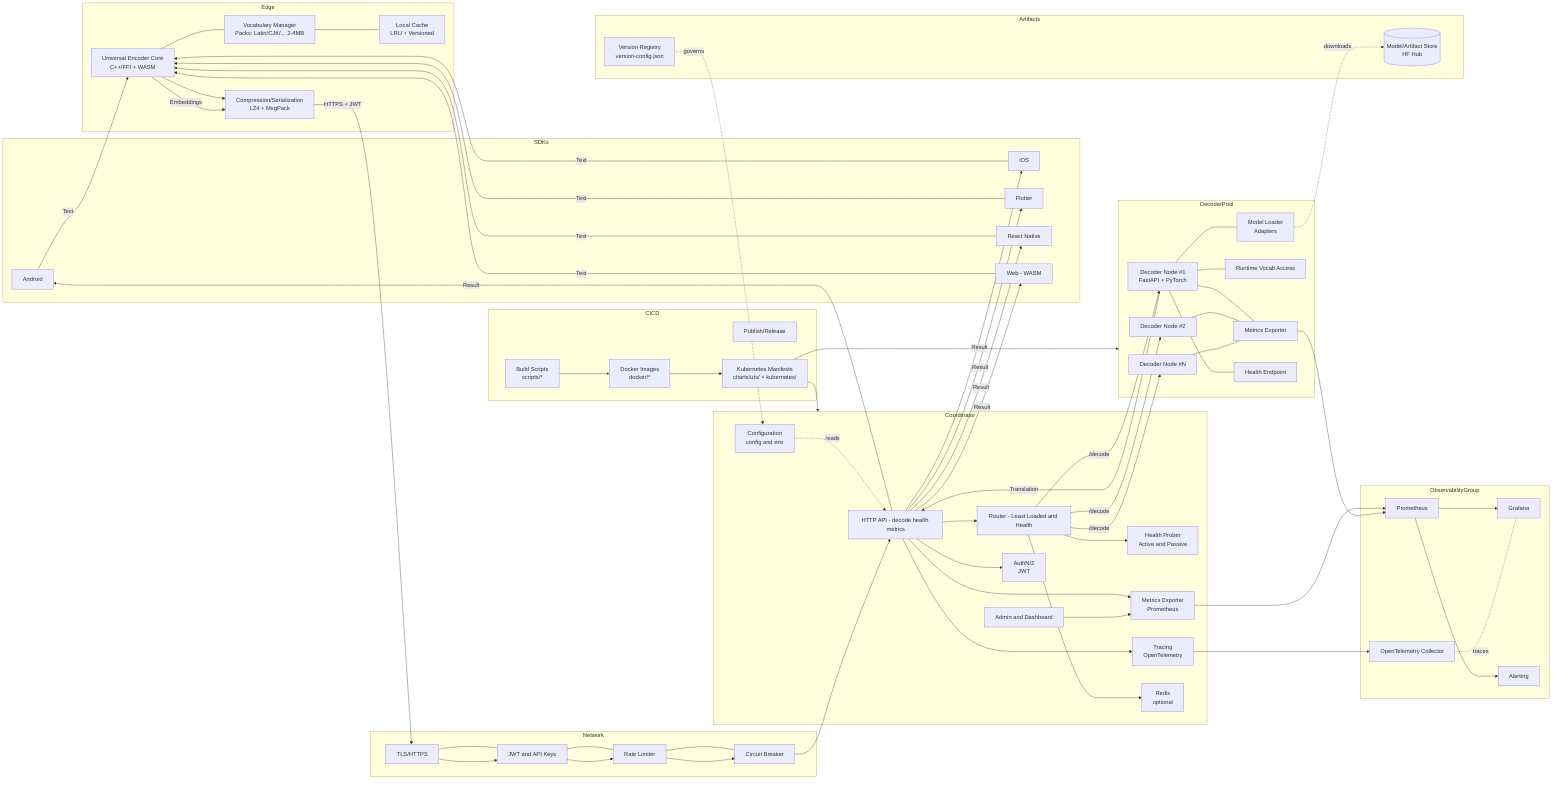
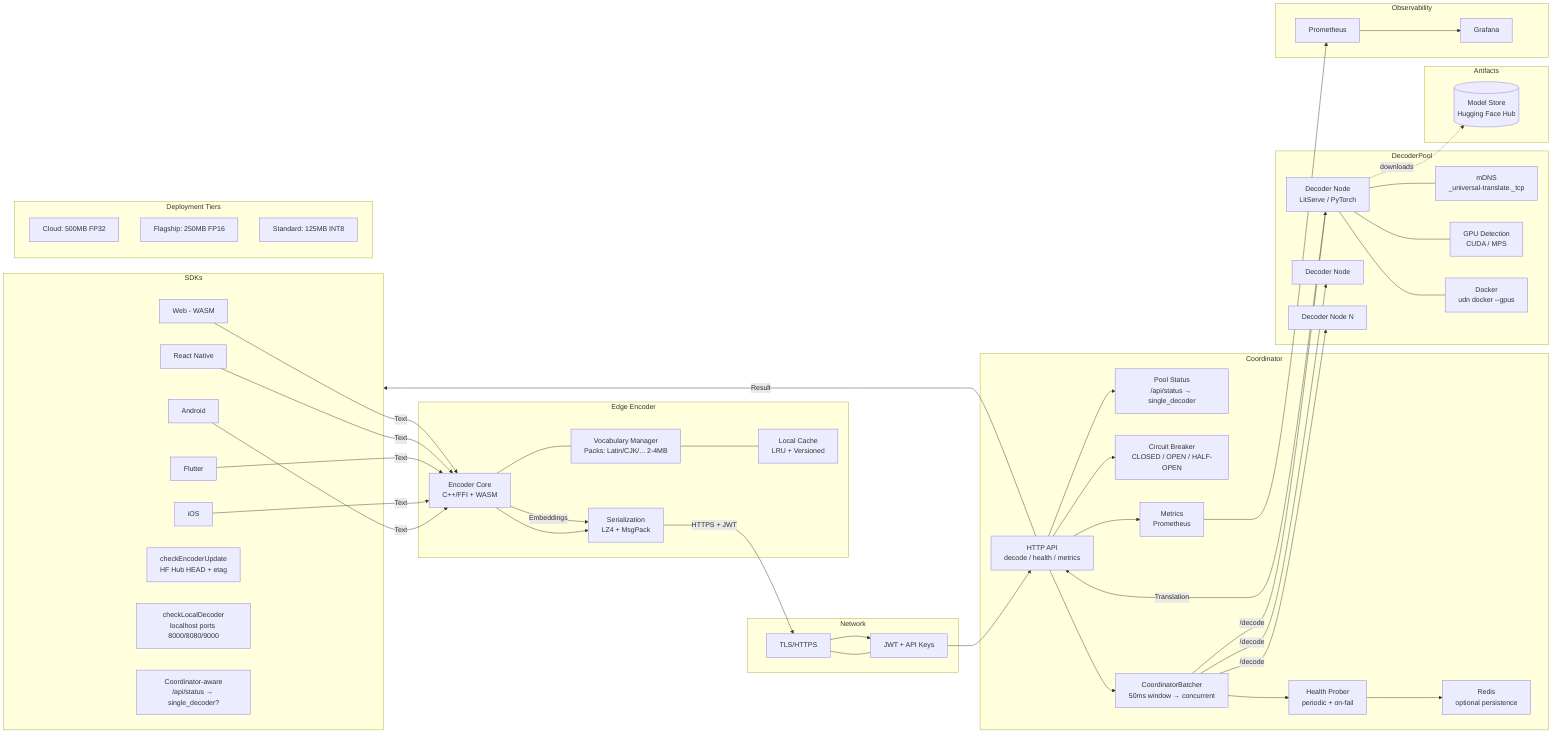
flowchart LR
    subgraph SDKs
        A1[Android]
        A2[iOS]
        A3[Flutter]
        A4[React Native]
        A5[Web - WASM]
+         EU[checkEncoderUpdate\nHF Hub HEAD + etag]
+         LD[checkLocalDecoder\nlocalhost ports 8000/8080/9000]
+         CR[Coordinator-aware\n/api/status → single_decoder?]
    end

-     subgraph Edge
-         E1[Universal Encoder Core\nC++/FFI + WASM]
+     subgraph Edge [Edge Encoder]
+         E1[Encoder Core\nC++/FFI + WASM]
        E2[Vocabulary Manager\nPacks: Latin/CJK/... 2-4MB]
        E3[Local Cache\nLRU + Versioned]
-         E4[Compression/Serialization\nLZ4 + MsgPack]
+         E4[Serialization\nLZ4 + MsgPack]
        E1 --- E2
        E2 --- E3
        E1 --> E4
    end

    subgraph Network
        TLS[TLS/HTTPS]
-         Auth[JWT and API Keys]
-         RL[Rate Limiter]
-         CB[Circuit Breaker]
+         Auth[JWT + API Keys]
        TLS --- Auth
-         Auth --- RL
-         RL --- CB
    end

    subgraph Coordinator
-         C_API[HTTP API - decode health metrics]
-         C_RT[Router - Least Loaded and Health]
-         C_HC[Health Prober\nActive and Passive]
-         C_MX[Metrics Exporter\nPrometheus]
-         C_TR[Tracing\nOpenTelemetry]
-         C_ADM[Admin and Dashboard]
-         C_REDIS[Redis\noptional]
-         C_CFG[Configuration\nconfig and env]
-         C_SEC[AuthN/Z\nJWT]
-         C_API --> C_RT
-         C_RT --> C_HC
-         C_API --> C_SEC
+         C_API[HTTP API\ndecode / health / metrics]
+         C_ST[Pool Status\n/api/status → single_decoder]
+         C_CB[Circuit Breaker\nCLOSED / OPEN / HALF-OPEN]
+         C_BT[CoordinatorBatcher\n50ms window → concurrent]
+         C_HC[Health Prober\nperiodic + on-fail]
+         C_MX[Metrics\nPrometheus]
+         C_REDIS[Redis\noptional persistence]
+         C_API --> C_ST
+         C_API --> C_CB
+         C_API --> C_BT
+         C_BT --> C_HC
        C_API --> C_MX
-         C_API --> C_TR
-         C_RT --> C_REDIS
-         C_ADM --> C_MX
-         C_CFG -. reads .-> C_API
+         C_HC --> C_REDIS
    end

    subgraph DecoderPool
-         DN1[Decoder Node #1\nFastAPI + PyTorch]
-         DN2[Decoder Node #2]
-         DNn[Decoder Node #N]
-                     MLD[Model Loader\nAdapters]
-             VLM[Runtime Vocab Access]
-             MXS[Metrics Exporter]
-             HCS[Health Endpoint]
-         DN1 --- MLD
-         DN1 --- VLM
-         DN1 --- MXS
-         DN1 --- HCS
-         DN2 --- MXS
-         DNn --- MXS
-     end
- 
-     subgraph ObservabilityGroup
-         PM[Prometheus]
-         GF[Grafana]
-         AL[Alerting]
-         OTEL[OpenTelemetry Collector]
-         PM --> GF
-         PM --> AL
-         OTEL -. traces .- GF
+         DN1[Decoder Node\nLitServe / PyTorch]
+         DN2[Decoder Node]
+         DNn[Decoder Node N]
+         MD[mDNS\n_universal-translate._tcp]
+         GD[GPU Detection\nCUDA / MPS]
+         DK[Docker\nudn docker --gpus]
+         DN1 --- MD
+         DN1 --- GD
+         DN1 --- DK
    end

    subgraph Artifacts
-         MS[(Model/Artifact Store\nHF Hub)]
-         VR[Version Registry\nversion-config.json]
+         MS[(Model Store\nHugging Face Hub)]
    end

-     subgraph CICD
-         BLD[Build Scripts\nscripts/*]
-         PBL[Publish/Release]
-         DKR[Docker Images\ndocker/*]
-         K8S[Kubernetes Manifests\ncharts/uts/ + kubernetes/]
+     subgraph Observability
+         PM[Prometheus]
+         GF[Grafana]
+     end
+ 
+     subgraph QualityTiers [Deployment Tiers]
+         QT1[Cloud: 500MB FP32]
+         QT2[Flagship: 250MB FP16]
+         QT3[Standard: 125MB INT8]
    end

    A1 & A2 & A3 & A4 & A5 -->|Text| E1
    E1 -->|Embeddings| E4
    E4 -->|HTTPS + JWT| TLS
-     TLS --> Auth --> RL --> CB --> C_API
+     TLS --> Auth --> C_API

-     C_RT -->|/decode| DN1 & DN2 & DNn
+     C_BT -->|/decode| DN1 & DN2 & DNn
    DN1 -->|Translation| C_API
-     C_API -->|Result| A1 & A2 & A3 & A4 & A5
+     C_API -->|Result| SDKs

    C_MX --> PM
-     MXS --> PM
-     C_TR --> OTEL
- 
-     MLD -. downloads .-> MS
-     VR -. governs .-> C_CFG
- 
-     BLD --> DKR --> K8S
-     K8S --> Coordinator
-     K8S --> DecoderPool+     PM --> GF
+     DN1 -. downloads .-> MS
